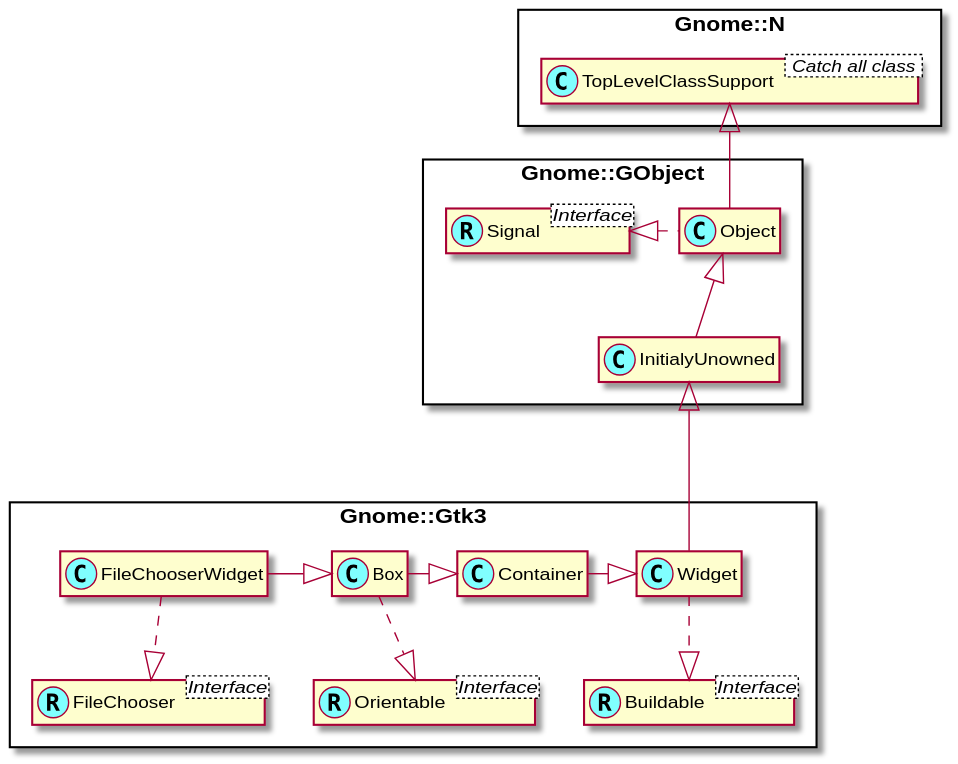
The PlantUML diagram docs/content-docs/reference/Gtk3/plantuml/FileChooserWidget.svg in MARTIMM/gnome-gtk3, before a commit. Source of this version:
```plantuml
@startuml
skinparam packageStyle rectangle
skinparam stereotypeCBackgroundColor #80ffff
set namespaceSeparator ::
hide members


class Gnome::N::TopLevelClassSupport < Catch all class >

Interface Gnome::GObject::Signal <Interface>
class Gnome::GObject::Signal <<(R,#80ffff)>>

Interface Gnome::Gtk3::Orientable <Interface>
class Gnome::Gtk3::Orientable <<(R,#80ffff)>>

Interface Gnome::Gtk3::Buildable <Interface>
class Gnome::Gtk3::Buildable <<(R,#80ffff)>>

Interface Gnome::Gtk3::FileChooser <Interface>
class Gnome::Gtk3::FileChooser <<(R,#80ffff)>>

Gnome::N::TopLevelClassSupport <|-- Gnome::GObject::Object
Gnome::GObject::Object <|-- Gnome::GObject::InitialyUnowned
Gnome::GObject::InitialyUnowned <|--- Gnome::Gtk3::Widget
Gnome::Gtk3::Container -|> Gnome::Gtk3::Widget
Gnome::Gtk3::Box -|> Gnome::Gtk3::Container
Gnome::Gtk3::FileChooserWidget -|> Gnome::Gtk3::Box

Gnome::GObject::Signal <|. Gnome::GObject::Object
Gnome::Gtk3::Box ..|> Gnome::Gtk3::Orientable
Gnome::Gtk3::Widget ..|> Gnome::Gtk3::Buildable
Gnome::Gtk3::FileChooserWidget ..|> Gnome::Gtk3::FileChooser

@enduml
```
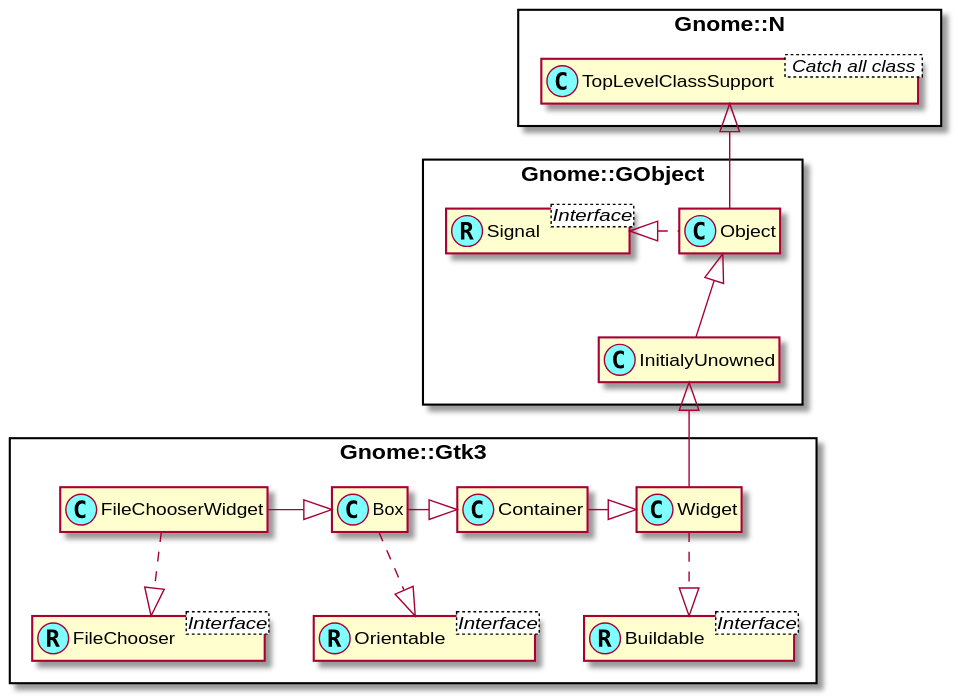
The same diagram one commit later.

Commit message:
changed and new uml diag.

Change to the diagram source:
```diff
@@ -21,7 +21,7 @@
 
 Gnome::N::TopLevelClassSupport <|-- Gnome::GObject::Object
 Gnome::GObject::Object <|-- Gnome::GObject::InitialyUnowned
-Gnome::GObject::InitialyUnowned <|--- Gnome::Gtk3::Widget
+Gnome::GObject::InitialyUnowned <|-- Gnome::Gtk3::Widget
 Gnome::Gtk3::Container -|> Gnome::Gtk3::Widget
 Gnome::Gtk3::Box -|> Gnome::Gtk3::Container
 Gnome::Gtk3::FileChooserWidget -|> Gnome::Gtk3::Box
```
